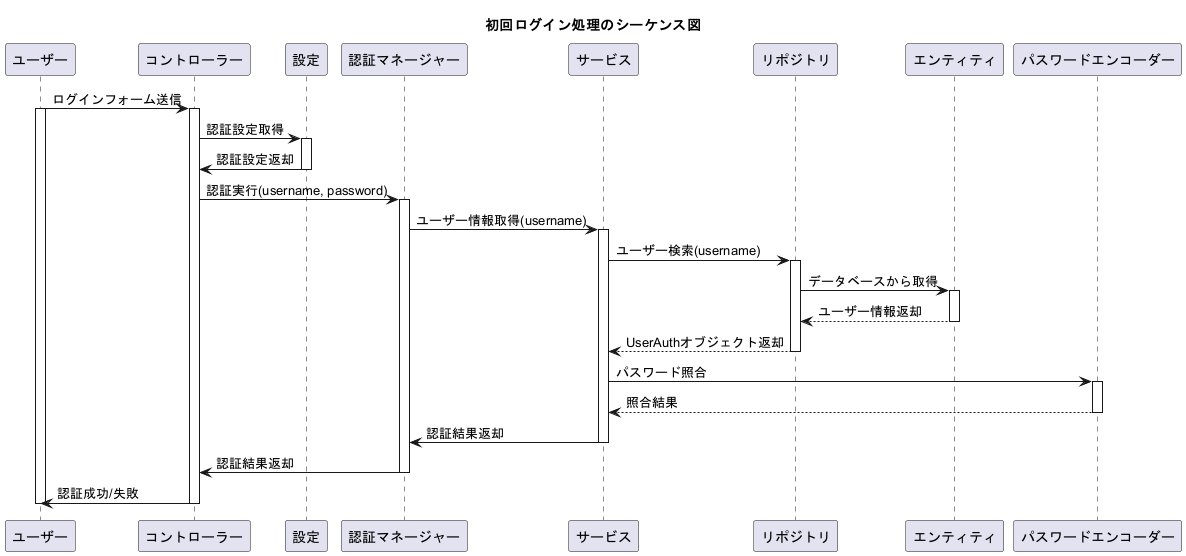
Before: MealManagementForTraineeDocs/images/SequenceFigure.png, a diagram exported from PlantUML (SHOzakioka/Documents).
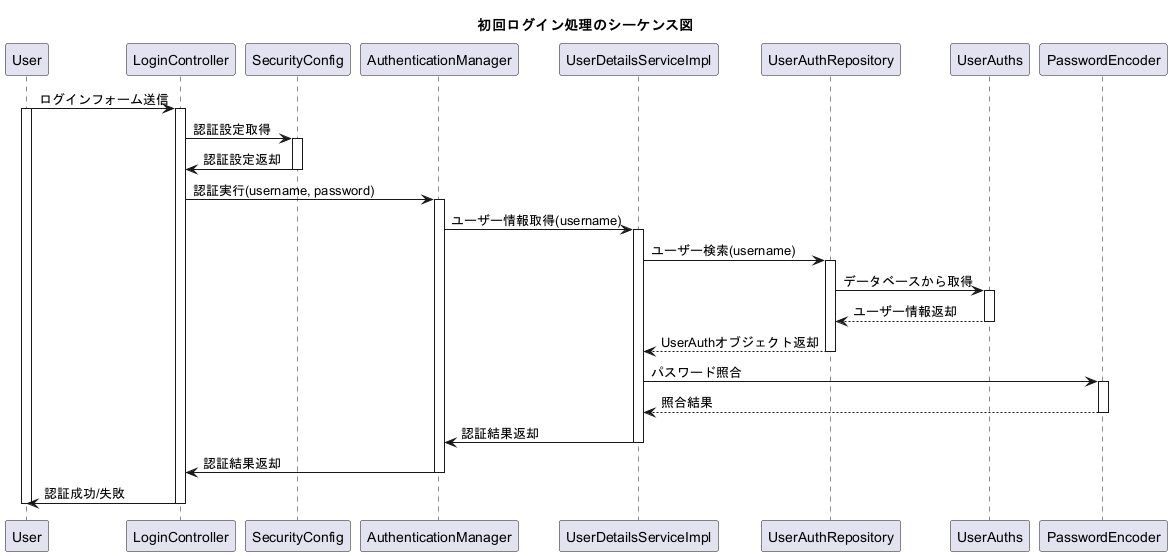
Later version of the same file.

Change to the diagram source:
```diff
@@ -2,14 +2,14 @@
 !pragma charset utf-8
 title 初回ログイン処理のシーケンス図
 
-participant User as "ユーザー"
-participant LoginController as "コントローラー"
-participant SecurityConfig as "設定"
-participant AuthenticationManager as "認証マネージャー"
-participant UserDetailsServiceImpl as "サービス"
-participant UserAuthRepository as "リポジトリ"
-participant UserAuths as "エンティティ"
-participant PasswordEncoder as "パスワードエンコーダー"
+participant User
+participant LoginController
+participant SecurityConfig
+participant AuthenticationManager
+participant UserDetailsServiceImpl
+participant UserAuthRepository
+participant UserAuths
+participant PasswordEncoder
 
 User -> LoginController: ログインフォーム送信
 activate User
@@ -24,6 +24,7 @@
         LoginController -> AuthenticationManager: 認証実行(username, password)
         activate AuthenticationManager
         AuthenticationManager -> UserDetailsServiceImpl: ユーザー情報取得(username)
+
         activate UserDetailsServiceImpl
         UserDetailsServiceImpl -> UserAuthRepository: ユーザー検索(username)
         activate UserAuthRepository
```
